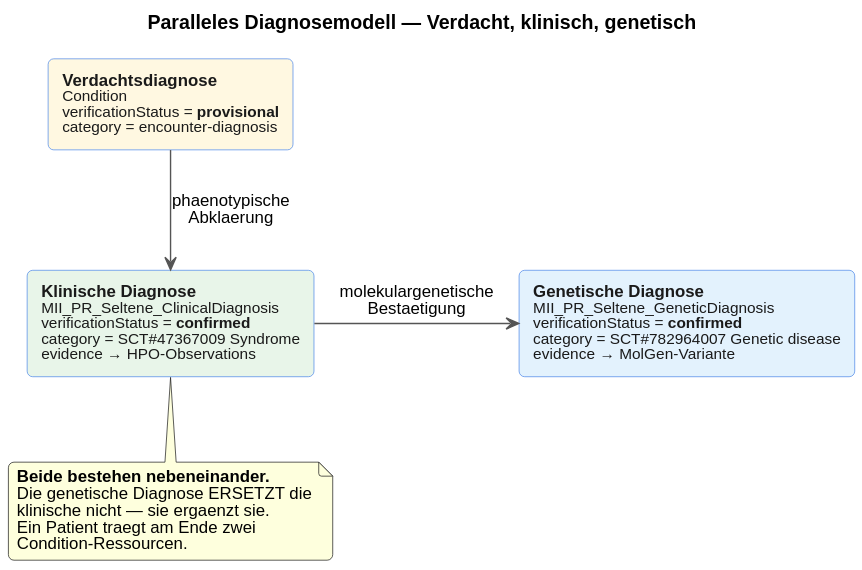
This is input/images/diagnose-parallelmodell.svg from medizininformatik-initiative/kerndatensatzmodul-seltene-erkrankungen, a PlantUML export, as it was before one commit.
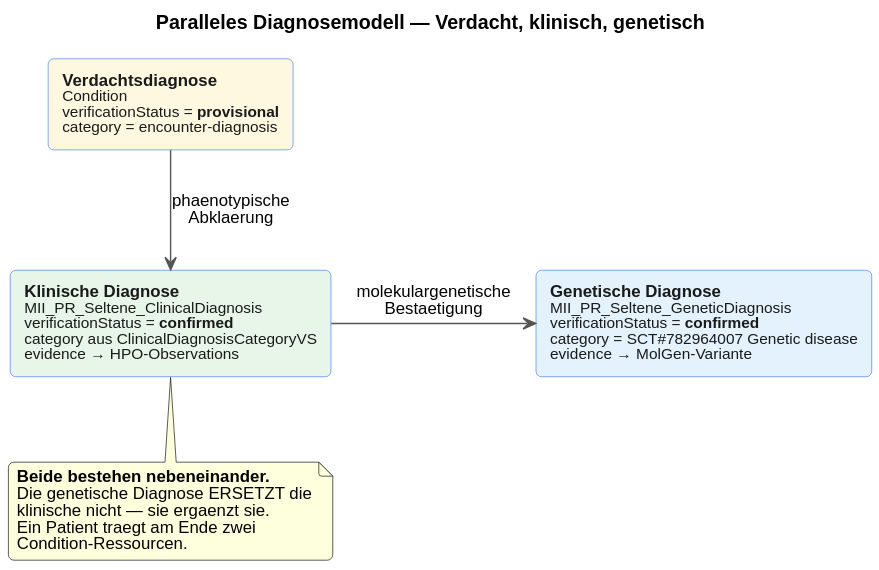
Above is the later version.

Change to the diagram source:
```diff
@@ -14,7 +14,7 @@
 title Paralleles Diagnosemodell — Verdacht, klinisch, genetisch
 
 rectangle "**Verdachtsdiagnose**\n<size:11>Condition</size>\n<size:11>verificationStatus = **provisional**</size>\n<size:11>category = encounter-diagnosis</size>" as V #fff8e1
-rectangle "**Klinische Diagnose**\n<size:11>MII_PR_Seltene_ClinicalDiagnosis</size>\n<size:11>verificationStatus = **confirmed**</size>\n<size:11>category = SCT#47367009 Syndrome</size>\n<size:11>evidence → HPO-Observations</size>" as K #e8f5e9
+rectangle "**Klinische Diagnose**\n<size:11>MII_PR_Seltene_ClinicalDiagnosis</size>\n<size:11>verificationStatus = **confirmed**</size>\n<size:11>category aus ClinicalDiagnosisCategoryVS</size>\n<size:11>evidence → HPO-Observations</size>" as K #e8f5e9
 rectangle "**Genetische Diagnose**\n<size:11>MII_PR_Seltene_GeneticDiagnosis</size>\n<size:11>verificationStatus = **confirmed**</size>\n<size:11>category = SCT#782964007 Genetic disease</size>\n<size:11>evidence → MolGen-Variante</size>" as G #e3f2fd
 
 V -down-> K : phaenotypische\nAbklaerung
```
